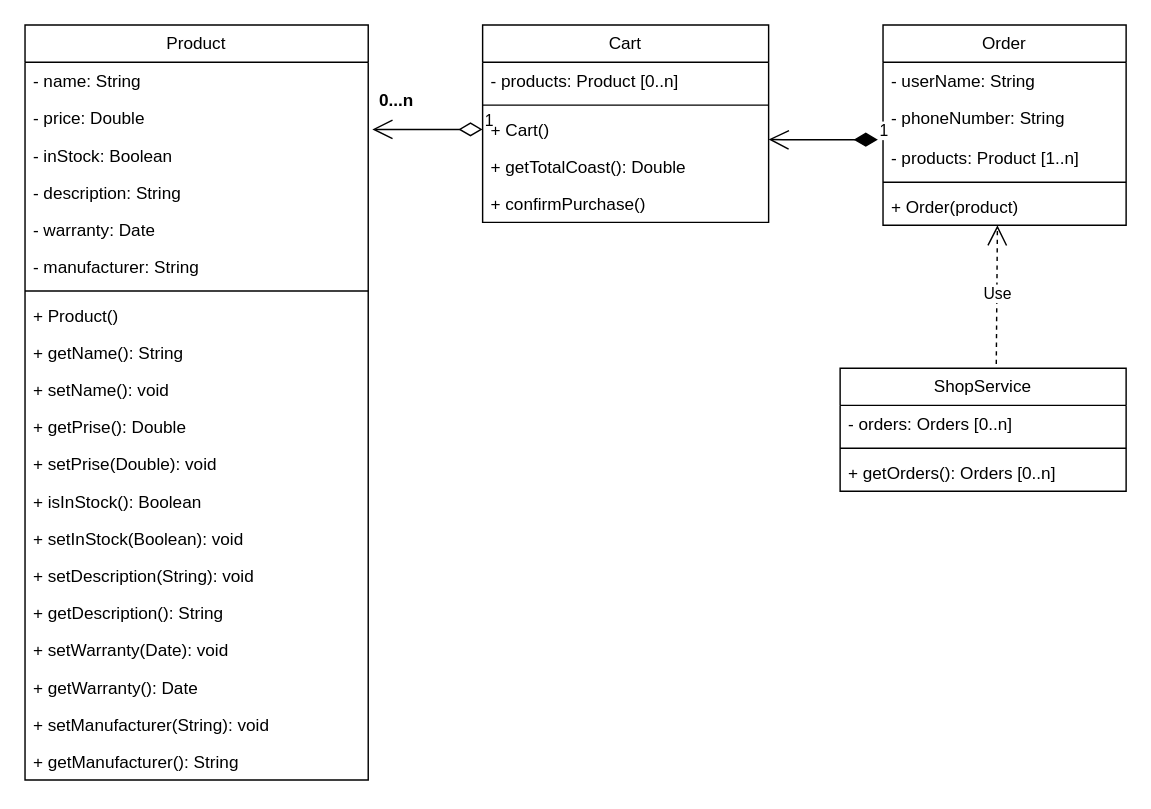
Earlier version of the draw.io diagram page "Page-2" (2 of 2) of Untitled Diagram.drawio (rkaznouski/wallet). Source tidied: cells renumbered, new cells numbered last; positions are measured from the earlier drawing's top-left corner, leaving out a move shared by most shapes. Both pictures are drawn from the tidied source at 143%, with x=0, y=0 at pixel (24, 24).
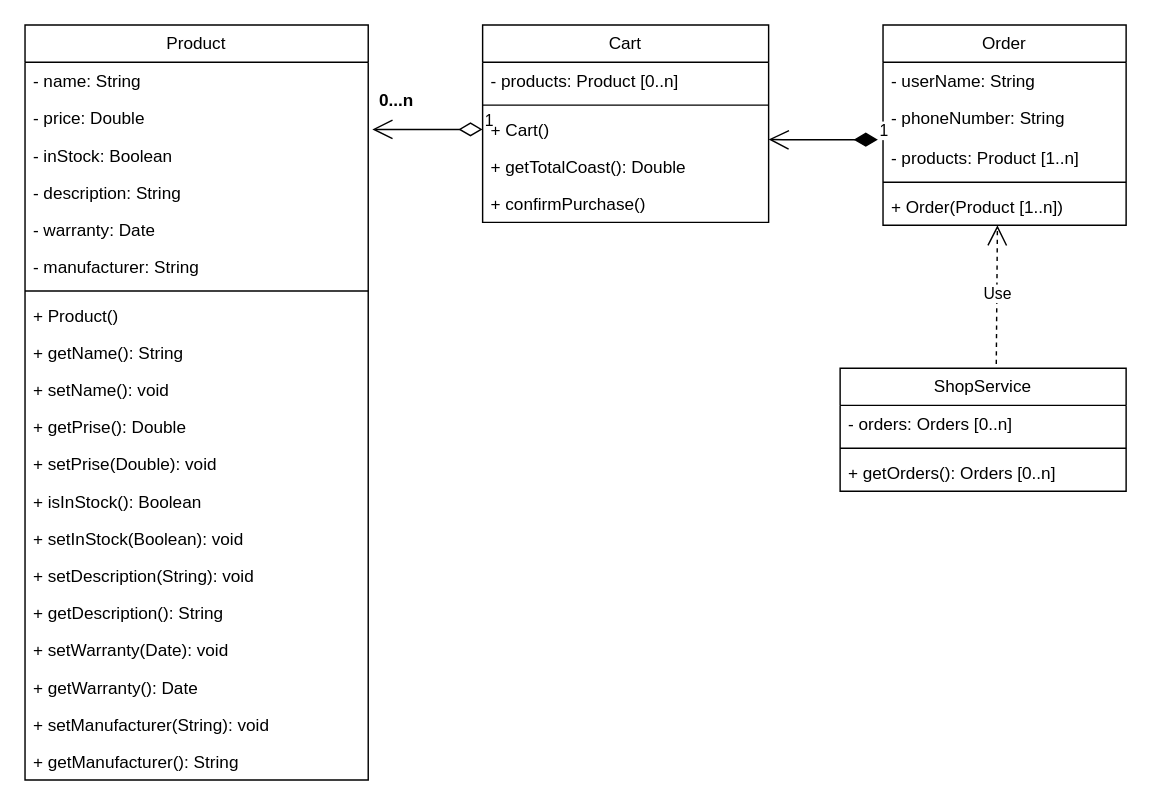
The same diagram, later.

Unchanged cells that the change refers to:
```xml
<mxCell id="29" value="Order" style="swimlane;fontStyle=0;horizontal=1;startSize=26;fillColor=none;whiteSpace=wrap;html=1;" parent="1" vertex="1">
  <mxGeometry x="600" width="170" height="140" as="geometry" />
</mxCell>
```

Diff of the diagram source:
```diff
@@
-    <mxCell id="34" value="+ Order(product)" style="text;strokeColor=none;fillColor=none;align=left;verticalAlign=top;spacingLeft=4;spacingRight=4;overflow=hidden;whiteSpace=wrap;html=1;" parent="29" vertex="1">
+    <mxCell id="34" value="+ Order(Product [1..n])" style="text;strokeColor=none;fillColor=none;align=left;verticalAlign=top;spacingLeft=4;spacingRight=4;overflow=hidden;whiteSpace=wrap;html=1;" parent="29" vertex="1">
       <mxGeometry y="114" width="170" height="26" as="geometry" />
     </mxCell>
```
